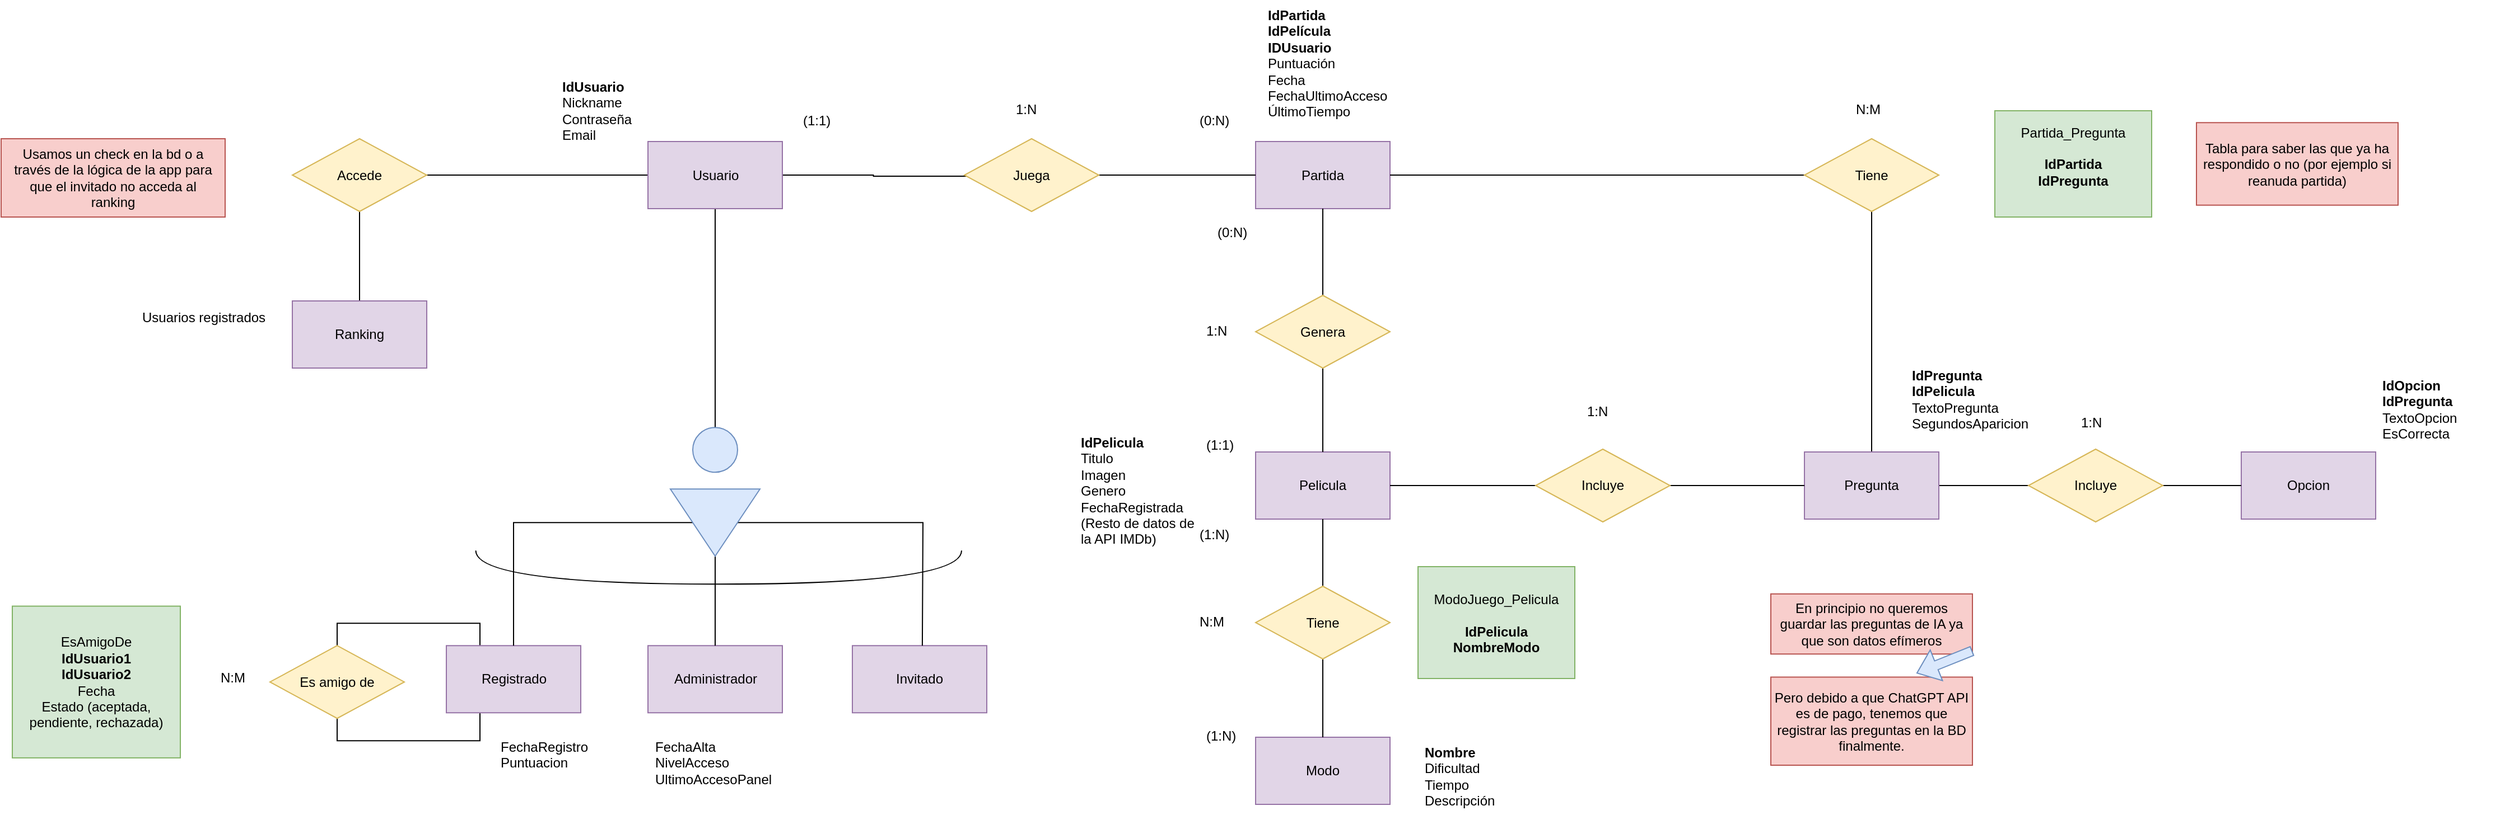
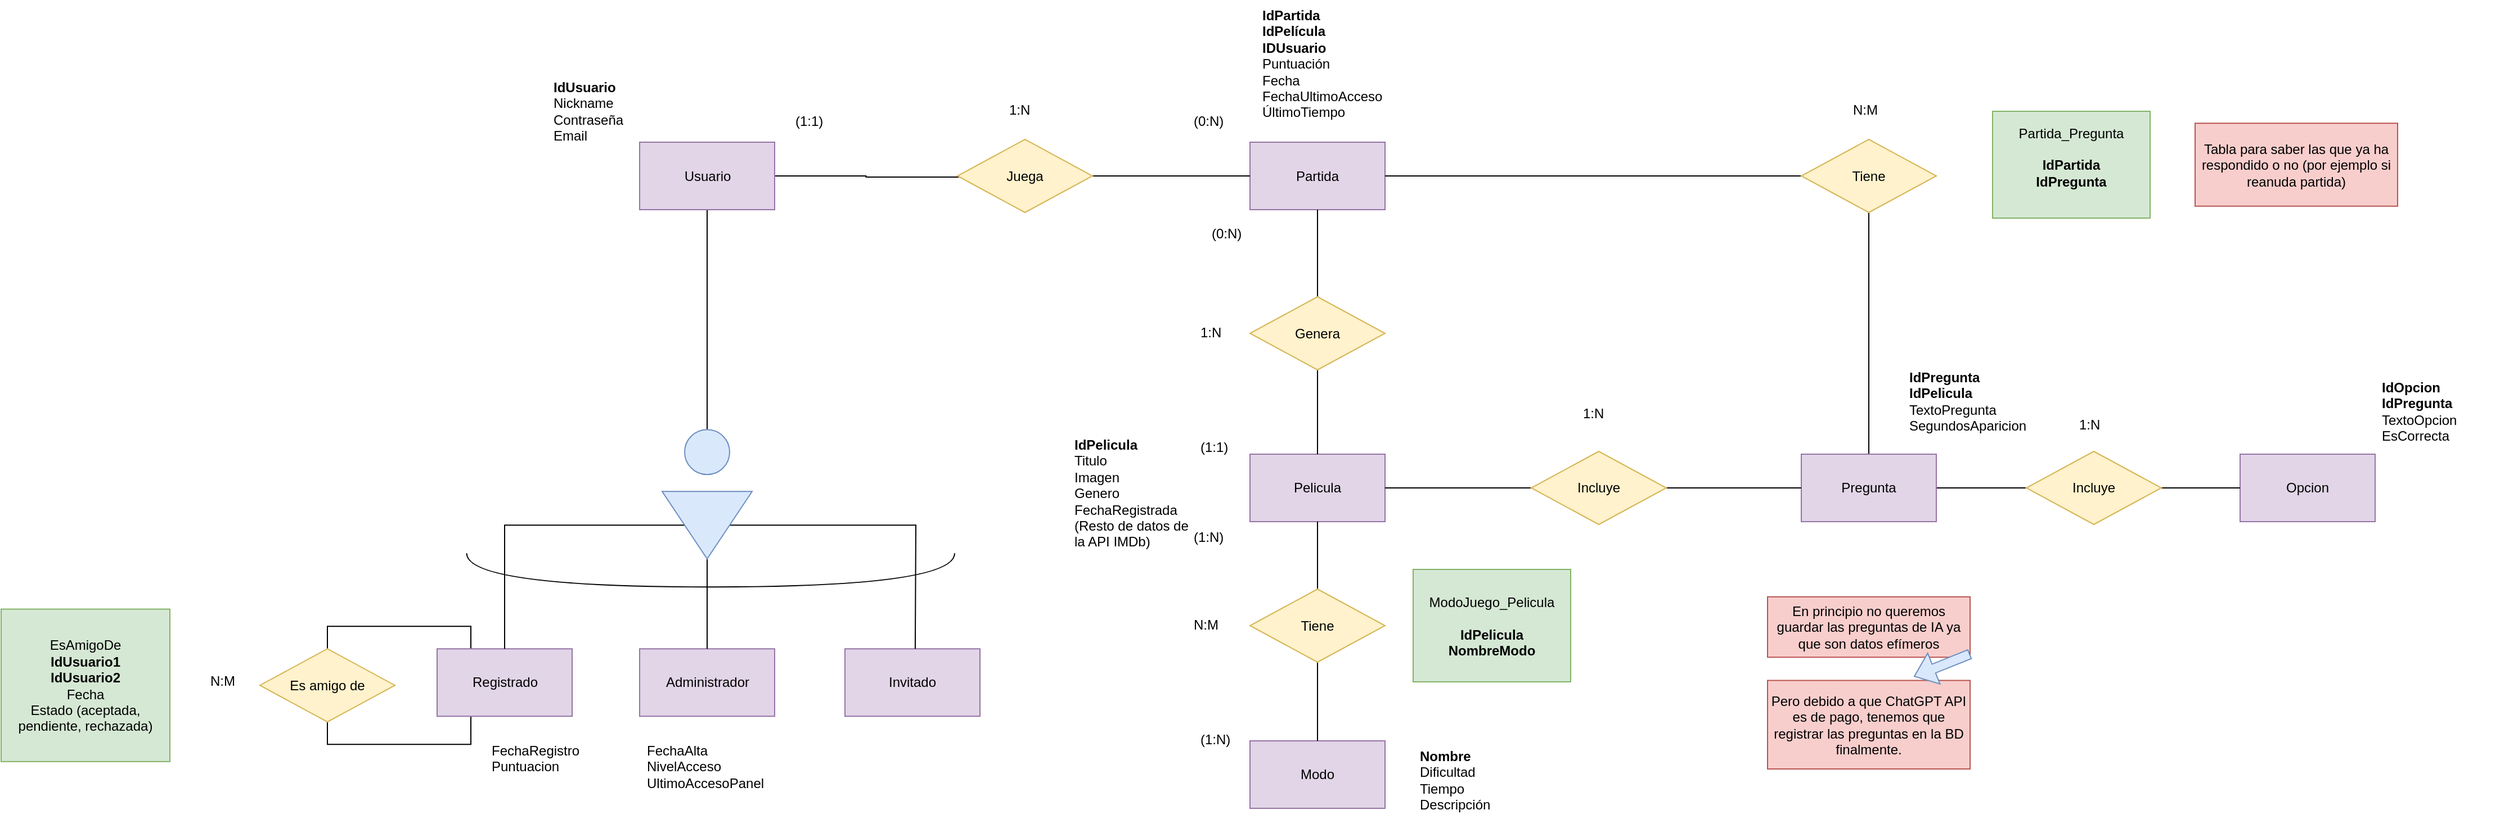
<mxfile host="app.diagrams.net" agent="Mozilla/5.0 (Windows NT 10.0; Win64; x64) AppleWebKit/537.36 (KHTML, like Gecko) Chrome/144.0.0.0 Safari/537.36">
  <diagram name="Página-1" id="SR-NamkZ-h8ePMA4oyZU">
    <mxGraphModel grid="1" page="1" gridSize="10" guides="1" tooltips="1" connect="1" arrows="1" fold="1" pageScale="1" pageWidth="827" pageHeight="1169" math="0" shadow="0">
      <root>
        <mxCell id="0" />
        <mxCell id="1" parent="0" />
        <mxCell id="X31NF_qNFWhcwQ052VKp-2" parent="1" style="rounded=0;whiteSpace=wrap;html=1;fillColor=#e1d5e7;strokeColor=#9673a6;" value="Pelicula" vertex="1">
          <mxGeometry height="60" width="120" x="490" y="550" as="geometry" />
        </mxCell>
        <mxCell id="X31NF_qNFWhcwQ052VKp-17" parent="1" style="rounded=0;whiteSpace=wrap;html=1;fillColor=#e1d5e7;strokeColor=#9673a6;" value="Partida" vertex="1">
          <mxGeometry height="60" width="120" x="490" y="272.5" as="geometry" />
        </mxCell>
        <mxCell id="X31NF_qNFWhcwQ052VKp-25" edge="1" parent="1" source="X31NF_qNFWhcwQ052VKp-23" style="edgeStyle=orthogonalEdgeStyle;rounded=0;orthogonalLoop=1;jettySize=auto;html=1;exitX=1;exitY=0.5;exitDx=0;exitDy=0;entryX=0;entryY=0.5;entryDx=0;entryDy=0;endArrow=none;endFill=0;" target="X31NF_qNFWhcwQ052VKp-17">
          <mxGeometry relative="1" as="geometry" />
        </mxCell>
        <mxCell id="p8qRHE4X08rXURELGsA0-10" edge="1" parent="1" source="X31NF_qNFWhcwQ052VKp-23" style="edgeStyle=orthogonalEdgeStyle;rounded=0;orthogonalLoop=1;jettySize=auto;html=1;exitX=0.064;exitY=0.515;exitDx=0;exitDy=0;entryX=1;entryY=0.5;entryDx=0;entryDy=0;endArrow=none;endFill=0;exitPerimeter=0;" target="p8qRHE4X08rXURELGsA0-3">
          <mxGeometry relative="1" as="geometry">
            <mxPoint x="210" y="300" as="sourcePoint" />
          </mxGeometry>
        </mxCell>
        <mxCell id="X31NF_qNFWhcwQ052VKp-23" parent="1" style="rhombus;whiteSpace=wrap;html=1;fillColor=#fff2cc;strokeColor=#d6b656;" value="Juega" vertex="1">
          <mxGeometry height="65" width="120" x="230" y="270" as="geometry" />
        </mxCell>
        <mxCell id="X31NF_qNFWhcwQ052VKp-27" edge="1" parent="1" source="X31NF_qNFWhcwQ052VKp-26" style="edgeStyle=orthogonalEdgeStyle;rounded=0;orthogonalLoop=1;jettySize=auto;html=1;exitX=0.5;exitY=0;exitDx=0;exitDy=0;entryX=0.5;entryY=1;entryDx=0;entryDy=0;endArrow=none;endFill=0;" target="X31NF_qNFWhcwQ052VKp-17">
          <mxGeometry relative="1" as="geometry" />
        </mxCell>
        <mxCell id="X31NF_qNFWhcwQ052VKp-28" edge="1" parent="1" source="X31NF_qNFWhcwQ052VKp-26" style="edgeStyle=orthogonalEdgeStyle;rounded=0;orthogonalLoop=1;jettySize=auto;html=1;exitX=0.5;exitY=1;exitDx=0;exitDy=0;entryX=0.5;entryY=0;entryDx=0;entryDy=0;endArrow=none;endFill=0;" target="X31NF_qNFWhcwQ052VKp-2">
          <mxGeometry relative="1" as="geometry" />
        </mxCell>
        <mxCell id="X31NF_qNFWhcwQ052VKp-26" parent="1" style="rhombus;whiteSpace=wrap;html=1;fillColor=#fff2cc;strokeColor=#d6b656;" value="Genera" vertex="1">
          <mxGeometry height="65" width="120" x="490" y="410" as="geometry" />
        </mxCell>
        <mxCell id="X31NF_qNFWhcwQ052VKp-29" parent="1" style="text;strokeColor=none;fillColor=none;spacingLeft=4;spacingRight=4;overflow=hidden;rotatable=0;points=[[0,0.5],[1,0.5]];portConstraint=eastwest;fontSize=12;whiteSpace=wrap;html=1;" value="(1:1)" vertex="1">
          <mxGeometry height="30" width="40" x="80" y="240" as="geometry" />
        </mxCell>
        <mxCell id="X31NF_qNFWhcwQ052VKp-30" parent="1" style="text;strokeColor=none;fillColor=none;spacingLeft=4;spacingRight=4;overflow=hidden;rotatable=0;points=[[0,0.5],[1,0.5]];portConstraint=eastwest;fontSize=12;whiteSpace=wrap;html=1;" value="(0:N)" vertex="1">
          <mxGeometry height="30" width="40" x="434" y="240" as="geometry" />
        </mxCell>
        <mxCell id="X31NF_qNFWhcwQ052VKp-31" parent="1" style="text;strokeColor=none;fillColor=none;spacingLeft=4;spacingRight=4;overflow=hidden;rotatable=0;points=[[0,0.5],[1,0.5]];portConstraint=eastwest;fontSize=12;whiteSpace=wrap;html=1;" value="(0:N)" vertex="1">
          <mxGeometry height="30" width="40" x="450" y="340" as="geometry" />
        </mxCell>
        <mxCell id="X31NF_qNFWhcwQ052VKp-32" parent="1" style="text;strokeColor=none;fillColor=none;spacingLeft=4;spacingRight=4;overflow=hidden;rotatable=0;points=[[0,0.5],[1,0.5]];portConstraint=eastwest;fontSize=12;whiteSpace=wrap;html=1;" value="(1:1)" vertex="1">
          <mxGeometry height="30" width="40" x="440" y="530.01" as="geometry" />
        </mxCell>
        <mxCell id="X31NF_qNFWhcwQ052VKp-33" parent="1" style="rounded=0;whiteSpace=wrap;html=1;fillColor=#e1d5e7;strokeColor=#9673a6;" value="Invitado" vertex="1">
          <mxGeometry height="60" width="120" x="130" y="723.12" as="geometry" />
        </mxCell>
        <mxCell id="hIpVBTg7VGbsX9FP4esM-19" edge="1" parent="1" source="X31NF_qNFWhcwQ052VKp-35" style="edgeStyle=orthogonalEdgeStyle;rounded=0;orthogonalLoop=1;jettySize=auto;html=1;exitX=0.25;exitY=0;exitDx=0;exitDy=0;entryX=0.5;entryY=0;entryDx=0;entryDy=0;endArrow=none;endFill=0;" target="hIpVBTg7VGbsX9FP4esM-18">
          <mxGeometry relative="1" as="geometry" />
        </mxCell>
        <mxCell id="hIpVBTg7VGbsX9FP4esM-20" edge="1" parent="1" source="X31NF_qNFWhcwQ052VKp-35" style="edgeStyle=orthogonalEdgeStyle;rounded=0;orthogonalLoop=1;jettySize=auto;html=1;exitX=0.25;exitY=1;exitDx=0;exitDy=0;entryX=0.5;entryY=1;entryDx=0;entryDy=0;endArrow=none;endFill=0;" target="hIpVBTg7VGbsX9FP4esM-18">
          <mxGeometry relative="1" as="geometry" />
        </mxCell>
        <mxCell id="X31NF_qNFWhcwQ052VKp-35" parent="1" style="rounded=0;whiteSpace=wrap;html=1;fillColor=#e1d5e7;strokeColor=#9673a6;" value="Registrado" vertex="1">
          <mxGeometry height="60" width="120" x="-232.5" y="723.12" as="geometry" />
        </mxCell>
        <mxCell id="X31NF_qNFWhcwQ052VKp-37" parent="1" style="rounded=0;whiteSpace=wrap;html=1;fillColor=#e1d5e7;strokeColor=#9673a6;" value="Modo" vertex="1">
          <mxGeometry height="60" width="120" x="490" y="805" as="geometry" />
        </mxCell>
        <mxCell id="X31NF_qNFWhcwQ052VKp-45" edge="1" parent="1" source="X31NF_qNFWhcwQ052VKp-44" style="edgeStyle=orthogonalEdgeStyle;rounded=0;orthogonalLoop=1;jettySize=auto;html=1;exitX=0.5;exitY=1;exitDx=0;exitDy=0;entryX=0.5;entryY=0;entryDx=0;entryDy=0;endArrow=none;endFill=0;" target="X31NF_qNFWhcwQ052VKp-37">
          <mxGeometry relative="1" as="geometry" />
        </mxCell>
        <mxCell id="X31NF_qNFWhcwQ052VKp-46" edge="1" parent="1" source="X31NF_qNFWhcwQ052VKp-44" style="edgeStyle=orthogonalEdgeStyle;rounded=0;orthogonalLoop=1;jettySize=auto;html=1;exitX=0.5;exitY=0;exitDx=0;exitDy=0;entryX=0.5;entryY=1;entryDx=0;entryDy=0;endArrow=none;endFill=0;" target="X31NF_qNFWhcwQ052VKp-2">
          <mxGeometry relative="1" as="geometry" />
        </mxCell>
        <mxCell id="X31NF_qNFWhcwQ052VKp-44" parent="1" style="rhombus;whiteSpace=wrap;html=1;fillColor=#fff2cc;strokeColor=#d6b656;" value="Tiene" vertex="1">
          <mxGeometry height="65" width="120" x="490" y="670" as="geometry" />
        </mxCell>
-         <mxCell id="X31NF_qNFWhcwQ052VKp-56" edge="1" parent="1" source="X31NF_qNFWhcwQ052VKp-52" style="edgeStyle=orthogonalEdgeStyle;rounded=0;orthogonalLoop=1;jettySize=auto;html=1;exitX=0.5;exitY=1;exitDx=0;exitDy=0;entryX=0.5;entryY=0;entryDx=0;entryDy=0;endArrow=none;endFill=0;" target="X31NF_qNFWhcwQ052VKp-55">
-           <mxGeometry relative="1" as="geometry" />
-         </mxCell>
-         <mxCell id="hIpVBTg7VGbsX9FP4esM-12" edge="1" parent="1" source="X31NF_qNFWhcwQ052VKp-52" style="edgeStyle=orthogonalEdgeStyle;rounded=0;orthogonalLoop=1;jettySize=auto;html=1;exitX=1;exitY=0.5;exitDx=0;exitDy=0;entryX=0;entryY=0.5;entryDx=0;entryDy=0;endArrow=none;endFill=0;" target="p8qRHE4X08rXURELGsA0-3">
-           <mxGeometry relative="1" as="geometry" />
-         </mxCell>
-         <mxCell id="X31NF_qNFWhcwQ052VKp-52" parent="1" style="rhombus;whiteSpace=wrap;html=1;fillColor=#fff2cc;strokeColor=#d6b656;" value="Accede" vertex="1">
-           <mxGeometry height="65" width="120" x="-370" y="270" as="geometry" />
-         </mxCell>
-         <mxCell id="X31NF_qNFWhcwQ052VKp-55" parent="1" style="rounded=0;whiteSpace=wrap;html=1;fillColor=#e1d5e7;strokeColor=#9673a6;" value="Ranking" vertex="1">
-           <mxGeometry height="60" width="120" x="-370" y="415" as="geometry" />
-         </mxCell>
        <mxCell id="X31NF_qNFWhcwQ052VKp-63" parent="1" style="text;strokeColor=none;fillColor=none;spacingLeft=4;spacingRight=4;overflow=hidden;rotatable=0;points=[[0,0.5],[1,0.5]];portConstraint=eastwest;fontSize=12;whiteSpace=wrap;html=1;" value="&lt;div&gt;&lt;b&gt;IdUsuario&lt;/b&gt;&lt;/div&gt;Nickname&lt;div&gt;Contraseña&lt;/div&gt;&lt;div&gt;Email&lt;/div&gt;" vertex="1">
          <mxGeometry height="70" width="82.5" x="-135" y="210" as="geometry" />
        </mxCell>
        <mxCell id="X31NF_qNFWhcwQ052VKp-64" parent="1" style="text;strokeColor=none;fillColor=none;spacingLeft=4;spacingRight=4;overflow=hidden;rotatable=0;points=[[0,0.5],[1,0.5]];portConstraint=eastwest;fontSize=12;whiteSpace=wrap;html=1;" value="&lt;b&gt;IdPartida&lt;/b&gt;&lt;div&gt;&lt;b&gt;IdPelícula&lt;/b&gt;&lt;/div&gt;&lt;div&gt;&lt;div&gt;&lt;b&gt;IDUsuario&lt;/b&gt;&lt;/div&gt;&lt;div&gt;Puntuación&lt;/div&gt;&lt;div&gt;&lt;span style=&quot;background-color: transparent; color: light-dark(rgb(0, 0, 0), rgb(255, 255, 255));&quot;&gt;Fecha&lt;/span&gt;&lt;/div&gt;&lt;div&gt;FechaUltimoAcceso&lt;/div&gt;&lt;/div&gt;&lt;div&gt;ÚltimoTiempo&lt;/div&gt;" vertex="1">
          <mxGeometry height="113.75" width="125" x="495" y="146.25" as="geometry" />
        </mxCell>
        <mxCell id="X31NF_qNFWhcwQ052VKp-69" parent="1" style="rounded=0;whiteSpace=wrap;html=1;fillColor=#e1d5e7;strokeColor=#9673a6;" value="Administrador" vertex="1">
          <mxGeometry height="60" width="120" x="-52.5" y="723.12" as="geometry" />
        </mxCell>
        <mxCell id="p8qRHE4X08rXURELGsA0-4" edge="1" parent="1" source="p8qRHE4X08rXURELGsA0-3" style="edgeStyle=orthogonalEdgeStyle;rounded=0;orthogonalLoop=1;jettySize=auto;html=1;exitX=0.5;exitY=1;exitDx=0;exitDy=0;endArrow=none;endFill=0;" target="p8qRHE4X08rXURELGsA0-5">
          <mxGeometry relative="1" as="geometry">
            <mxPoint x="7.5" y="470" as="targetPoint" />
          </mxGeometry>
        </mxCell>
        <mxCell id="p8qRHE4X08rXURELGsA0-3" parent="1" style="rounded=0;whiteSpace=wrap;html=1;fillColor=#e1d5e7;strokeColor=#9673a6;" value="Usuario" vertex="1">
          <mxGeometry height="60" width="120" x="-52.5" y="272.5" as="geometry" />
        </mxCell>
        <mxCell id="p8qRHE4X08rXURELGsA0-5" parent="1" style="ellipse;whiteSpace=wrap;html=1;aspect=fixed;fillColor=#dae8fc;strokeColor=#6c8ebf;" value="" vertex="1">
          <mxGeometry height="40" width="40" x="-12.5" y="528.12" as="geometry" />
        </mxCell>
        <mxCell id="p8qRHE4X08rXURELGsA0-7" edge="1" parent="1" source="p8qRHE4X08rXURELGsA0-6" style="edgeStyle=orthogonalEdgeStyle;rounded=0;orthogonalLoop=1;jettySize=auto;html=1;exitX=0.5;exitY=1;exitDx=0;exitDy=0;entryX=0.5;entryY=0;entryDx=0;entryDy=0;endArrow=none;endFill=0;" target="X31NF_qNFWhcwQ052VKp-35">
          <mxGeometry relative="1" as="geometry" />
        </mxCell>
        <mxCell id="p8qRHE4X08rXURELGsA0-8" edge="1" parent="1" source="p8qRHE4X08rXURELGsA0-6" style="edgeStyle=orthogonalEdgeStyle;rounded=0;orthogonalLoop=1;jettySize=auto;html=1;exitX=1;exitY=0.5;exitDx=0;exitDy=0;endArrow=none;endFill=0;" target="X31NF_qNFWhcwQ052VKp-69">
          <mxGeometry relative="1" as="geometry" />
        </mxCell>
        <mxCell id="p8qRHE4X08rXURELGsA0-9" edge="1" parent="1" source="p8qRHE4X08rXURELGsA0-6" style="edgeStyle=orthogonalEdgeStyle;rounded=0;orthogonalLoop=1;jettySize=auto;html=1;exitX=0.5;exitY=0;exitDx=0;exitDy=0;endArrow=none;endFill=0;">
          <mxGeometry relative="1" as="geometry">
            <mxPoint x="192.46153846153857" y="723.1199999999999" as="targetPoint" />
          </mxGeometry>
        </mxCell>
        <mxCell id="p8qRHE4X08rXURELGsA0-6" parent="1" style="triangle;whiteSpace=wrap;html=1;rotation=90;fillColor=#dae8fc;strokeColor=#6c8ebf;" value="" vertex="1">
          <mxGeometry height="80" width="60" x="-22.5" y="573.12" as="geometry" />
        </mxCell>
        <mxCell id="p8qRHE4X08rXURELGsA0-11" parent="1" style="shape=requiredInterface;html=1;verticalLabelPosition=bottom;sketch=0;rotation=90;fillColor=#000000;fontColor=#ffffff;strokeColor=#000000;" value="" vertex="1">
          <mxGeometry height="433.75" width="30" x="-4.369999999999997" y="436.25" as="geometry" />
        </mxCell>
        <mxCell id="p8qRHE4X08rXURELGsA0-14" parent="1" style="text;strokeColor=none;fillColor=none;spacingLeft=4;spacingRight=4;overflow=hidden;rotatable=0;points=[[0,0.5],[1,0.5]];portConstraint=eastwest;fontSize=12;whiteSpace=wrap;html=1;" value="&lt;b&gt;IdPelicula&lt;/b&gt;&lt;div&gt;Titulo&lt;/div&gt;&lt;div&gt;Imagen&lt;/div&gt;&lt;div&gt;Genero&lt;/div&gt;&lt;div&gt;FechaRegistrada&lt;/div&gt;&lt;div&gt;(Resto de datos de la API IMDb)&lt;br&gt;&lt;div&gt;&lt;br&gt;&lt;/div&gt;&lt;/div&gt;" vertex="1">
          <mxGeometry height="120" width="122.5" x="327.5" y="528.12" as="geometry" />
        </mxCell>
        <mxCell id="hIpVBTg7VGbsX9FP4esM-1" parent="1" style="text;strokeColor=none;fillColor=none;spacingLeft=4;spacingRight=4;overflow=hidden;rotatable=0;points=[[0,0.5],[1,0.5]];portConstraint=eastwest;fontSize=12;whiteSpace=wrap;html=1;" value="FechaRegistro&lt;div&gt;Puntuacion&lt;/div&gt;&lt;div&gt;&lt;br&gt;&lt;/div&gt;" vertex="1">
          <mxGeometry height="60" width="90" x="-190" y="800" as="geometry" />
        </mxCell>
-         <mxCell id="hIpVBTg7VGbsX9FP4esM-4" parent="1" style="text;strokeColor=none;fillColor=none;spacingLeft=4;spacingRight=4;overflow=hidden;rotatable=0;points=[[0,0.5],[1,0.5]];portConstraint=eastwest;fontSize=12;whiteSpace=wrap;html=1;" value="&lt;div&gt;&lt;span style=&quot;background-color: transparent; color: light-dark(rgb(0, 0, 0), rgb(255, 255, 255));&quot;&gt;Usuarios registrados&lt;/span&gt;&lt;/div&gt;" vertex="1">
-           <mxGeometry height="30" width="130" x="-510" y="415.63" as="geometry" />
-         </mxCell>
        <mxCell id="hIpVBTg7VGbsX9FP4esM-5" parent="1" style="text;strokeColor=none;fillColor=none;spacingLeft=4;spacingRight=4;overflow=hidden;rotatable=0;points=[[0,0.5],[1,0.5]];portConstraint=eastwest;fontSize=12;whiteSpace=wrap;html=1;" value="&lt;div&gt;&lt;b&gt;Nombre&lt;/b&gt;&lt;/div&gt;Dificultad&lt;div&gt;Tiempo&lt;/div&gt;&lt;div&gt;Descripción&lt;/div&gt;&lt;div&gt;&lt;br&gt;&lt;/div&gt;" vertex="1">
          <mxGeometry height="65" width="130" x="635" y="805" as="geometry" />
        </mxCell>
        <mxCell id="hIpVBTg7VGbsX9FP4esM-6" parent="1" style="text;strokeColor=none;fillColor=none;spacingLeft=4;spacingRight=4;overflow=hidden;rotatable=0;points=[[0,0.5],[1,0.5]];portConstraint=eastwest;fontSize=12;whiteSpace=wrap;html=1;" value="1:N" vertex="1">
          <mxGeometry height="30" width="40" x="270" y="230" as="geometry" />
        </mxCell>
        <mxCell id="hIpVBTg7VGbsX9FP4esM-7" parent="1" style="text;strokeColor=none;fillColor=none;spacingLeft=4;spacingRight=4;overflow=hidden;rotatable=0;points=[[0,0.5],[1,0.5]];portConstraint=eastwest;fontSize=12;whiteSpace=wrap;html=1;" value="1:N" vertex="1">
          <mxGeometry height="30" width="40" x="440" y="427.5" as="geometry" />
        </mxCell>
        <mxCell id="hIpVBTg7VGbsX9FP4esM-8" parent="1" style="text;strokeColor=none;fillColor=none;spacingLeft=4;spacingRight=4;overflow=hidden;rotatable=0;points=[[0,0.5],[1,0.5]];portConstraint=eastwest;fontSize=12;whiteSpace=wrap;html=1;" value="(1:N)" vertex="1">
          <mxGeometry height="30" width="40" x="434" y="610" as="geometry" />
        </mxCell>
        <mxCell id="hIpVBTg7VGbsX9FP4esM-9" parent="1" style="text;strokeColor=none;fillColor=none;spacingLeft=4;spacingRight=4;overflow=hidden;rotatable=0;points=[[0,0.5],[1,0.5]];portConstraint=eastwest;fontSize=12;whiteSpace=wrap;html=1;" value="(1:N)" vertex="1">
          <mxGeometry height="30" width="40" x="440" y="790" as="geometry" />
        </mxCell>
        <mxCell id="hIpVBTg7VGbsX9FP4esM-10" parent="1" style="text;strokeColor=none;fillColor=none;spacingLeft=4;spacingRight=4;overflow=hidden;rotatable=0;points=[[0,0.5],[1,0.5]];portConstraint=eastwest;fontSize=12;whiteSpace=wrap;html=1;" value="N:M" vertex="1">
          <mxGeometry height="30" width="40" x="434" y="687.5" as="geometry" />
-         </mxCell>
-         <mxCell id="hIpVBTg7VGbsX9FP4esM-13" parent="1" style="text;strokeColor=#b85450;fillColor=#f8cecc;spacingLeft=4;spacingRight=4;overflow=hidden;rotatable=0;points=[[0,0.5],[1,0.5]];portConstraint=eastwest;fontSize=12;whiteSpace=wrap;html=1;align=center;" value="&lt;div&gt;&lt;span style=&quot;background-color: transparent; color: light-dark(rgb(0, 0, 0), rgb(255, 255, 255));&quot;&gt;Usamos un check en la bd o a través de la lógica de la app para que el invitado no acceda al ranking&lt;/span&gt;&lt;/div&gt;" vertex="1">
-           <mxGeometry height="70" width="200" x="-630" y="270" as="geometry" />
        </mxCell>
        <mxCell id="hIpVBTg7VGbsX9FP4esM-14" parent="1" style="text;html=1;whiteSpace=wrap;strokeColor=#b85450;fillColor=#f8cecc;align=center;verticalAlign=middle;rounded=0;" value="En principio no queremos guardar las preguntas de IA ya que son datos efímeros" vertex="1">
          <mxGeometry height="53.75" width="180" x="950" y="676.87" as="geometry" />
        </mxCell>
        <mxCell id="hIpVBTg7VGbsX9FP4esM-15" parent="1" style="rounded=0;whiteSpace=wrap;html=1;fillColor=#d5e8d4;strokeColor=#82b366;" value="ModoJuego_Pelicula&lt;div&gt;&lt;br&gt;&lt;div&gt;&lt;b&gt;IdPelicula&lt;/b&gt;&lt;/div&gt;&lt;div&gt;&lt;b&gt;NombreModo&lt;/b&gt;&lt;/div&gt;&lt;/div&gt;" vertex="1">
          <mxGeometry height="100" width="140" x="635" y="652.5" as="geometry" />
        </mxCell>
        <mxCell id="hIpVBTg7VGbsX9FP4esM-16" parent="1" style="text;strokeColor=none;fillColor=none;spacingLeft=4;spacingRight=4;overflow=hidden;rotatable=0;points=[[0,0.5],[1,0.5]];portConstraint=eastwest;fontSize=12;whiteSpace=wrap;html=1;" value="FechaAlta&lt;div&gt;NivelAcceso&lt;/div&gt;&lt;div&gt;UltimoAccesoPanel&lt;/div&gt;" vertex="1">
          <mxGeometry height="60" width="127.5" x="-52.5" y="800" as="geometry" />
        </mxCell>
        <mxCell id="hIpVBTg7VGbsX9FP4esM-18" parent="1" style="rhombus;whiteSpace=wrap;html=1;fillColor=#fff2cc;strokeColor=#d6b656;" value="Es amigo de" vertex="1">
          <mxGeometry height="65" width="120" x="-390" y="723.12" as="geometry" />
        </mxCell>
        <mxCell id="hIpVBTg7VGbsX9FP4esM-21" parent="1" style="text;strokeColor=none;fillColor=none;spacingLeft=4;spacingRight=4;overflow=hidden;rotatable=0;points=[[0,0.5],[1,0.5]];portConstraint=eastwest;fontSize=12;whiteSpace=wrap;html=1;" value="N:M" vertex="1">
          <mxGeometry height="30" width="40" x="-440" y="738.12" as="geometry" />
        </mxCell>
        <mxCell id="hIpVBTg7VGbsX9FP4esM-22" parent="1" style="rounded=0;whiteSpace=wrap;html=1;fillColor=#d5e8d4;strokeColor=#82b366;" value="&lt;div&gt;EsAmigoDe&lt;/div&gt;&lt;div&gt;&lt;b&gt;IdUsuario1&lt;/b&gt;&lt;/div&gt;&lt;div&gt;&lt;b&gt;IdUsuario2&lt;/b&gt;&lt;/div&gt;&lt;div&gt;Fecha&lt;/div&gt;&lt;div&gt;Estado (aceptada, pendiente, rechazada)&lt;/div&gt;" vertex="1">
          <mxGeometry height="135.62" width="150" x="-620" y="687.81" as="geometry" />
        </mxCell>
        <mxCell id="dkd0Zxb233V2IceQsbGn-1" parent="1" style="text;html=1;whiteSpace=wrap;strokeColor=#b85450;fillColor=#f8cecc;align=center;verticalAlign=middle;rounded=0;" value="Pero debido a que ChatGPT API es de pago, tenemos que registrar las preguntas en la BD finalmente." vertex="1">
          <mxGeometry height="78.76" width="180" x="950" y="751.24" as="geometry" />
        </mxCell>
        <mxCell id="dkd0Zxb233V2IceQsbGn-17" edge="1" parent="1" source="dkd0Zxb233V2IceQsbGn-2" style="edgeStyle=orthogonalEdgeStyle;rounded=0;orthogonalLoop=1;jettySize=auto;html=1;exitX=0.5;exitY=0;exitDx=0;exitDy=0;entryX=0.5;entryY=1;entryDx=0;entryDy=0;endArrow=none;endFill=0;" target="dkd0Zxb233V2IceQsbGn-15">
          <mxGeometry relative="1" as="geometry" />
        </mxCell>
        <mxCell id="aZrDB-qj_Y0p35AihZ00-4" edge="1" parent="1" source="dkd0Zxb233V2IceQsbGn-2" style="edgeStyle=orthogonalEdgeStyle;rounded=0;orthogonalLoop=1;jettySize=auto;html=1;exitX=1;exitY=0.5;exitDx=0;exitDy=0;endArrow=none;endFill=0;" target="aZrDB-qj_Y0p35AihZ00-3">
          <mxGeometry relative="1" as="geometry" />
        </mxCell>
        <mxCell id="dkd0Zxb233V2IceQsbGn-2" parent="1" style="rounded=0;whiteSpace=wrap;html=1;fillColor=#e1d5e7;strokeColor=#9673a6;" value="Pregunta" vertex="1">
          <mxGeometry height="60" width="120" x="980" y="550" as="geometry" />
        </mxCell>
        <mxCell id="dkd0Zxb233V2IceQsbGn-3" parent="1" style="text;strokeColor=none;fillColor=none;spacingLeft=4;spacingRight=4;overflow=hidden;rotatable=0;points=[[0,0.5],[1,0.5]];portConstraint=eastwest;fontSize=12;whiteSpace=wrap;html=1;" value="&lt;b&gt;IdPregunta&lt;/b&gt;&lt;div&gt;&lt;b&gt;IdPelicula&lt;br&gt;&lt;/b&gt;&lt;div&gt;TextoPregunta&lt;/div&gt;&lt;div&gt;SegundosAparicion&lt;/div&gt;&lt;div&gt;&lt;br&gt;&lt;/div&gt;&lt;/div&gt;" vertex="1">
          <mxGeometry height="71.86" width="120" x="1070" y="467.66999999999996" as="geometry" />
        </mxCell>
        <mxCell id="dkd0Zxb233V2IceQsbGn-4" edge="1" parent="1" style="shape=flexArrow;endArrow=classic;html=1;rounded=0;width=8.421052631578947;endSize=5.88421052631579;fillColor=#dae8fc;strokeColor=#6c8ebf;" value="">
          <mxGeometry height="50" relative="1" width="50" as="geometry">
            <mxPoint x="1130" y="727.8000000000001" as="sourcePoint" />
            <mxPoint x="1080" y="747.8000000000001" as="targetPoint" />
          </mxGeometry>
        </mxCell>
        <mxCell id="dkd0Zxb233V2IceQsbGn-6" edge="1" parent="1" source="dkd0Zxb233V2IceQsbGn-5" style="edgeStyle=orthogonalEdgeStyle;rounded=0;orthogonalLoop=1;jettySize=auto;html=1;exitX=0;exitY=0.5;exitDx=0;exitDy=0;entryX=1;entryY=0.5;entryDx=0;entryDy=0;endArrow=none;endFill=0;" target="X31NF_qNFWhcwQ052VKp-2">
          <mxGeometry relative="1" as="geometry" />
        </mxCell>
        <mxCell id="dkd0Zxb233V2IceQsbGn-7" edge="1" parent="1" source="dkd0Zxb233V2IceQsbGn-5" style="edgeStyle=orthogonalEdgeStyle;rounded=0;orthogonalLoop=1;jettySize=auto;html=1;exitX=1;exitY=0.5;exitDx=0;exitDy=0;endArrow=none;endFill=0;" target="dkd0Zxb233V2IceQsbGn-2">
          <mxGeometry relative="1" as="geometry" />
        </mxCell>
        <mxCell id="dkd0Zxb233V2IceQsbGn-5" parent="1" style="rhombus;whiteSpace=wrap;html=1;fillColor=#fff2cc;strokeColor=#d6b656;" value="Incluye" vertex="1">
          <mxGeometry height="65" width="120" x="740" y="547.5" as="geometry" />
        </mxCell>
        <mxCell id="dkd0Zxb233V2IceQsbGn-14" parent="1" style="rounded=0;whiteSpace=wrap;html=1;fillColor=#d5e8d4;strokeColor=#82b366;" value="&lt;div&gt;Partida_Pregunta&lt;/div&gt;&lt;div&gt;&lt;br&gt;&lt;div&gt;&lt;b&gt;IdPartida&lt;/b&gt;&lt;/div&gt;&lt;div&gt;&lt;b&gt;IdPregunta&lt;/b&gt;&lt;/div&gt;&lt;/div&gt;&lt;div&gt;&lt;br&gt;&lt;/div&gt;" vertex="1">
          <mxGeometry height="95" width="140" x="1150" y="245" as="geometry" />
        </mxCell>
        <mxCell id="dkd0Zxb233V2IceQsbGn-18" edge="1" parent="1" source="dkd0Zxb233V2IceQsbGn-15" style="edgeStyle=orthogonalEdgeStyle;rounded=0;orthogonalLoop=1;jettySize=auto;html=1;exitX=0;exitY=0.5;exitDx=0;exitDy=0;entryX=1;entryY=0.5;entryDx=0;entryDy=0;endArrow=none;endFill=0;" target="X31NF_qNFWhcwQ052VKp-17">
          <mxGeometry relative="1" as="geometry" />
        </mxCell>
        <mxCell id="dkd0Zxb233V2IceQsbGn-15" parent="1" style="rhombus;whiteSpace=wrap;html=1;fillColor=#fff2cc;strokeColor=#d6b656;" value="Tiene" vertex="1">
          <mxGeometry height="65" width="120" x="980" y="270" as="geometry" />
        </mxCell>
        <mxCell id="dkd0Zxb233V2IceQsbGn-16" parent="1" style="text;strokeColor=none;fillColor=none;spacingLeft=4;spacingRight=4;overflow=hidden;rotatable=0;points=[[0,0.5],[1,0.5]];portConstraint=eastwest;fontSize=12;whiteSpace=wrap;html=1;" value="N:M" vertex="1">
          <mxGeometry height="30" width="40" x="1020" y="230" as="geometry" />
        </mxCell>
        <mxCell id="dkd0Zxb233V2IceQsbGn-19" parent="1" style="text;strokeColor=none;fillColor=none;spacingLeft=4;spacingRight=4;overflow=hidden;rotatable=0;points=[[0,0.5],[1,0.5]];portConstraint=eastwest;fontSize=12;whiteSpace=wrap;html=1;" value="1:N" vertex="1">
          <mxGeometry height="30" width="40" x="780" y="500.01" as="geometry" />
        </mxCell>
        <mxCell id="aZrDB-qj_Y0p35AihZ00-1" parent="1" style="rounded=0;whiteSpace=wrap;html=1;fillColor=#e1d5e7;strokeColor=#9673a6;" value="Opcion" vertex="1">
          <mxGeometry height="60" width="120" x="1370" y="550" as="geometry" />
        </mxCell>
        <mxCell id="aZrDB-qj_Y0p35AihZ00-2" parent="1" style="text;strokeColor=none;fillColor=none;spacingLeft=4;spacingRight=4;overflow=hidden;rotatable=0;points=[[0,0.5],[1,0.5]];portConstraint=eastwest;fontSize=12;whiteSpace=wrap;html=1;" value="&lt;b&gt;IdOpcion&lt;/b&gt;&lt;div&gt;&lt;div&gt;&lt;b&gt;IdPregunta&lt;/b&gt;&lt;/div&gt;&lt;div&gt;TextoOpcion&lt;/div&gt;&lt;div&gt;EsCorrecta&lt;/div&gt;&lt;div&gt;&lt;br&gt;&lt;/div&gt;&lt;/div&gt;" vertex="1">
          <mxGeometry height="70.93" width="110" x="1490" y="476.57" as="geometry" />
        </mxCell>
        <mxCell id="aZrDB-qj_Y0p35AihZ00-5" edge="1" parent="1" source="aZrDB-qj_Y0p35AihZ00-3" style="edgeStyle=orthogonalEdgeStyle;rounded=0;orthogonalLoop=1;jettySize=auto;html=1;exitX=1;exitY=0.5;exitDx=0;exitDy=0;entryX=0;entryY=0.5;entryDx=0;entryDy=0;endArrow=none;endFill=0;" target="aZrDB-qj_Y0p35AihZ00-1">
          <mxGeometry relative="1" as="geometry" />
        </mxCell>
        <mxCell id="aZrDB-qj_Y0p35AihZ00-3" parent="1" style="rhombus;whiteSpace=wrap;html=1;fillColor=#fff2cc;strokeColor=#d6b656;" value="Incluye" vertex="1">
          <mxGeometry height="65" width="120" x="1180" y="547.5" as="geometry" />
        </mxCell>
        <mxCell id="aZrDB-qj_Y0p35AihZ00-6" parent="1" style="text;strokeColor=none;fillColor=none;spacingLeft=4;spacingRight=4;overflow=hidden;rotatable=0;points=[[0,0.5],[1,0.5]];portConstraint=eastwest;fontSize=12;whiteSpace=wrap;html=1;" value="1:N" vertex="1">
          <mxGeometry height="30" width="40" x="1221" y="509.53" as="geometry" />
        </mxCell>
        <mxCell id="aZrDB-qj_Y0p35AihZ00-7" parent="1" style="text;html=1;whiteSpace=wrap;strokeColor=#b85450;fillColor=#f8cecc;align=center;verticalAlign=middle;rounded=0;" value="Tabla para saber las que ya ha respondido o no (por ejemplo si reanuda partida)" vertex="1">
          <mxGeometry height="73.75" width="180" x="1330" y="255.63" as="geometry" />
        </mxCell>
      </root>
    </mxGraphModel>
  </diagram>
</mxfile>
